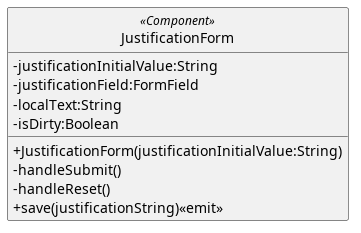
The PlantUML diagram src/PB/DocumentazioneEsterna/Specifica_Tecnica/content/05-diagrammi-classi/uml/png/frontend/JustificationForm.png in GroupRubberDuck/Documentazione, before a commit.
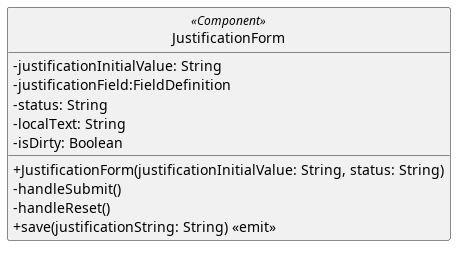
The same diagram one commit later.

The edit, as a diff of the source:
```diff
@@ -6,17 +6,16 @@
 skinparam packageStyle rectangle
 skinparam style strictuml
 
-class JustificationForm <<Component>>{
-        - justificationInitialValue:String
-        - justificationField:FormField
-        -localText:String
-        -isDirty:Boolean
+class JustificationForm <<Component>> {
+  - justificationInitialValue: String
+  - justificationField:FieldDefinition
+  - status: String
+  - localText: String
+  - isDirty: Boolean
 
-        + JustificationForm(justificationInitialValue:String)
-        -handleSubmit()
-        -handleReset()
-        + save(justificationString)<<emit>>
-
+  + JustificationForm(justificationInitialValue: String, status: String)
+  - handleSubmit()
+  - handleReset()
+  + save(justificationString: String) <<emit>>
 }
-
 @enduml
```
